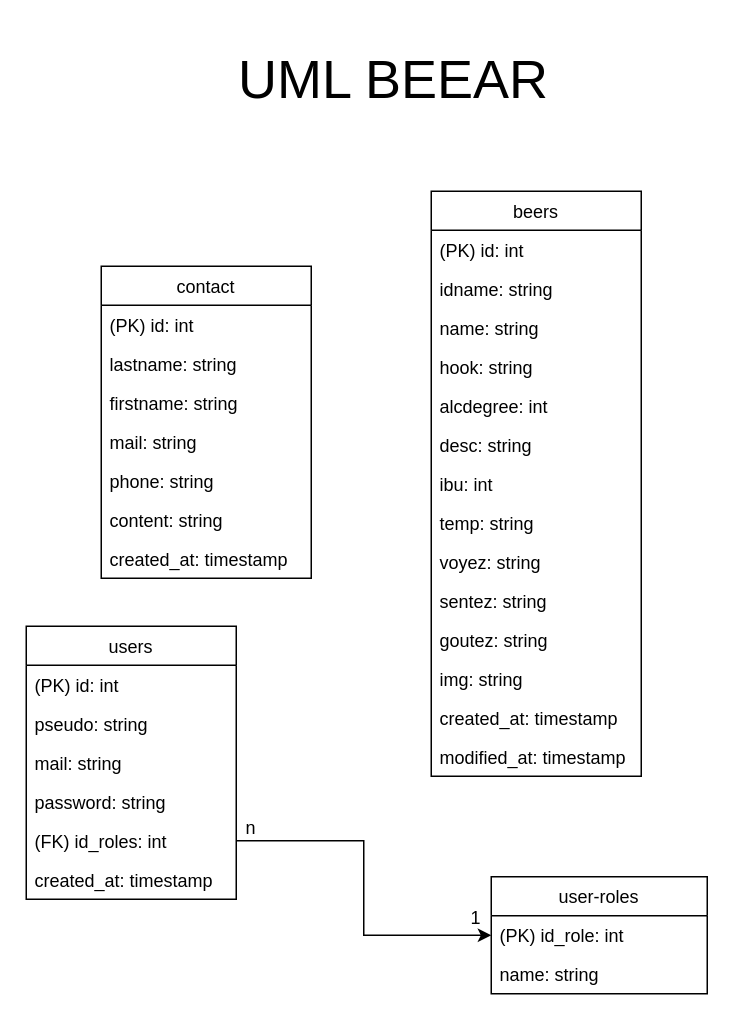
This is app/Models/db/uml.drawio from cdbschr/Beear, a draw.io file, before an edit. Source tidied: cells renumbered, new cells numbered last; positions are measured from the earlier drawing's top-left corner, leaving out a move shared by most shapes. Both pictures are drawn from the tidied source at 150%, with x=0, y=0 at pixel (26, 26).
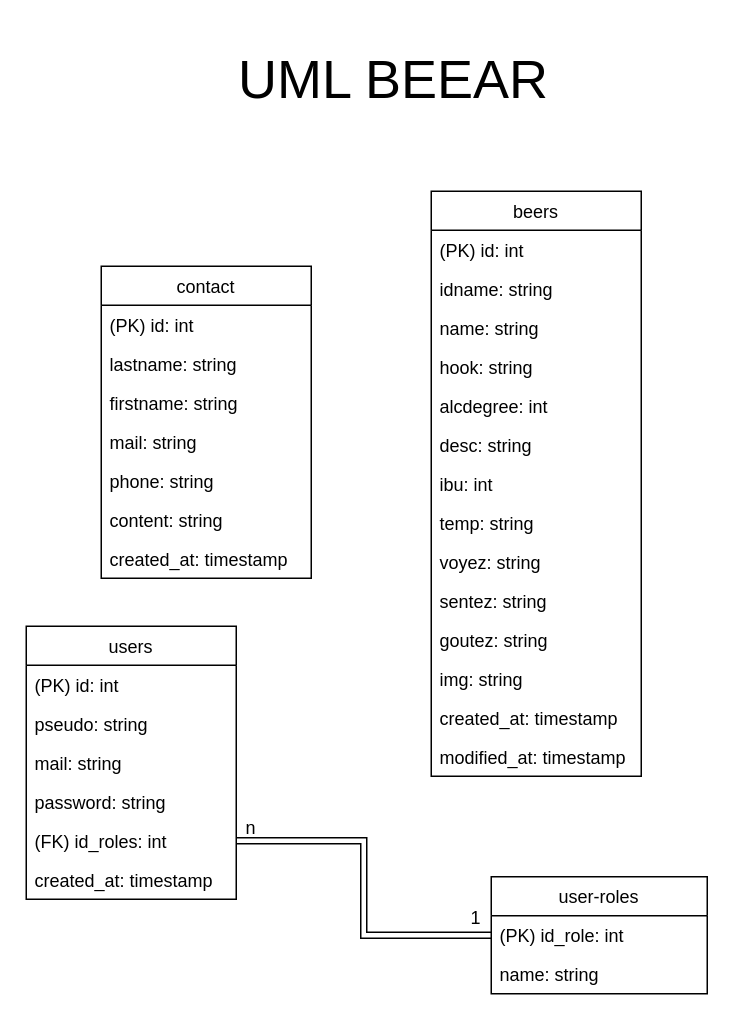
After the change.

Unchanged cells that the change refers to:
```xml
<mxCell id="11" value="(PK) id_role: int" style="text;strokeColor=none;fillColor=none;align=left;verticalAlign=top;spacingLeft=4;spacingRight=4;overflow=hidden;points=[[0,0.5],[1,0.5]];portConstraint=eastwest;" parent="10" vertex="1">
  <mxGeometry y="26" width="144" height="26" as="geometry" />
</mxCell>
<mxCell id="33" value="(FK) id_roles: int" style="text;strokeColor=none;fillColor=none;align=left;verticalAlign=top;spacingLeft=4;spacingRight=4;overflow=hidden;points=[[0,0.5],[1,0.5]];portConstraint=eastwest;" parent="28" vertex="1">
  <mxGeometry y="130" width="140" height="26" as="geometry" />
</mxCell>
```

What changed in the source:
```diff
@@
-    <mxCell id="35" style="edgeStyle=orthogonalEdgeStyle;rounded=0;jettySize=auto;html=1;" parent="1" edge="1" source="33" target="11">
+    <mxCell id="35" style="rounded=0;jettySize=auto;html=1;edgeStyle=orthogonalEdgeStyle;shape=link;" parent="1" edge="1" source="33" target="11">
       <mxGeometry relative="1" as="geometry" />
     </mxCell>
```
